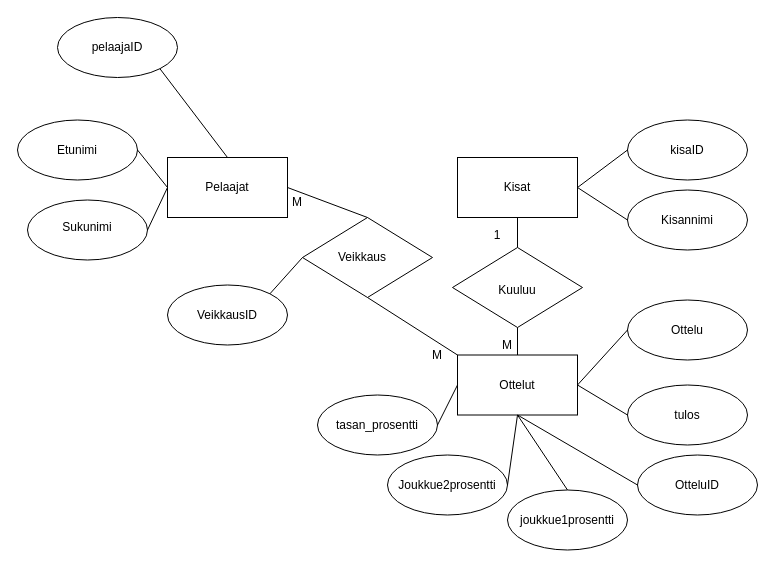
This is latkaveikkaus.drawio from HyytJani/Latkaveikkaus, a draw.io file, before an edit. Source tidied: cells renumbered, new cells numbered last; positions are measured from the earlier drawing's top-left corner, leaving out a move shared by most shapes. Both pictures are drawn from the tidied source at 100%, with x=0, y=0 at pixel (17, 17).
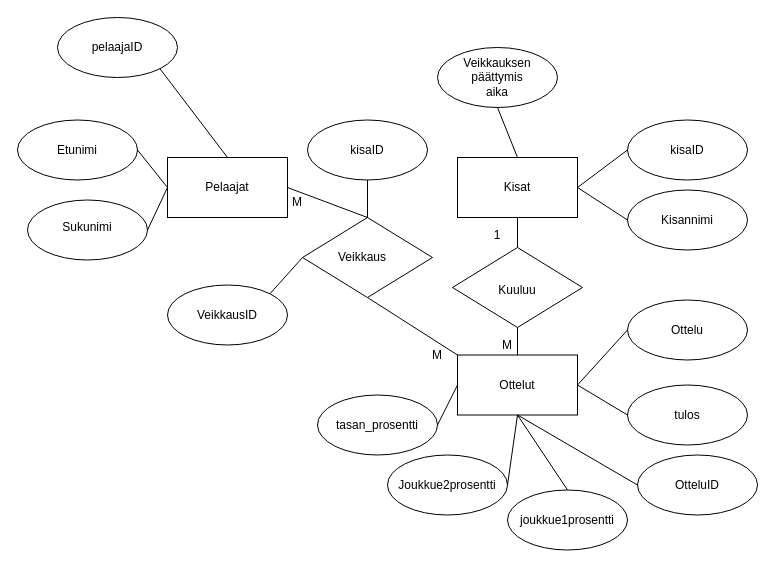
The same page after the edit.

Unchanged cells that the change refers to:
```xml
<mxCell id="2" style="rounded=0;whiteSpace=wrap;html=1;" parent="1" vertex="1">
  <mxGeometry x="440" y="140" width="120" height="60" as="geometry" />
</mxCell>
<mxCell id="42" style="rhombus;whiteSpace=wrap;html=1;" parent="1" vertex="1">
  <mxGeometry x="285" y="200" width="130" height="80" as="geometry" />
</mxCell>
```

What changed in the source:
```diff
@@
+    <mxCell id="56" style="ellipse;whiteSpace=wrap;html=1;" parent="1" vertex="1">
+      <mxGeometry x="420" y="30" width="120" height="60" as="geometry" />
+    </mxCell>
+    <mxCell id="57" value="Veikkauksen päättymis aika" style="text;html=1;strokeColor=none;fillColor=none;align=center;verticalAlign=middle;whiteSpace=wrap;rounded=0;" parent="1" vertex="1">
+      <mxGeometry x="450" y="45" width="60" height="30" as="geometry" />
+    </mxCell>
+    <mxCell id="58" style="ellipse;whiteSpace=wrap;html=1;" parent="1" vertex="1">
+      <mxGeometry x="290" y="102.5" width="120" height="60" as="geometry" />
+    </mxCell>
+    <mxCell id="59" value="kisaID" style="text;html=1;strokeColor=none;fillColor=none;align=center;verticalAlign=middle;whiteSpace=wrap;rounded=0;" parent="1" vertex="1">
+      <mxGeometry x="320" y="117.5" width="60" height="30" as="geometry" />
+    </mxCell>
+    <mxCell id="60" style="endArrow=none;html=1;entryX=0.5;entryY=0;entryDx=0;entryDy=0;exitX=0.5;exitY=1;exitDx=0;exitDy=0;" parent="1" edge="1" source="56" target="2">
+      <mxGeometry relative="1" as="geometry" />
+    </mxCell>
+    <mxCell id="61" style="endArrow=none;html=1;entryX=0.5;entryY=1;entryDx=0;entryDy=0;exitX=0.5;exitY=0;exitDx=0;exitDy=0;" parent="1" edge="1" source="42" target="58">
+      <mxGeometry relative="1" as="geometry" />
+    </mxCell>
```
